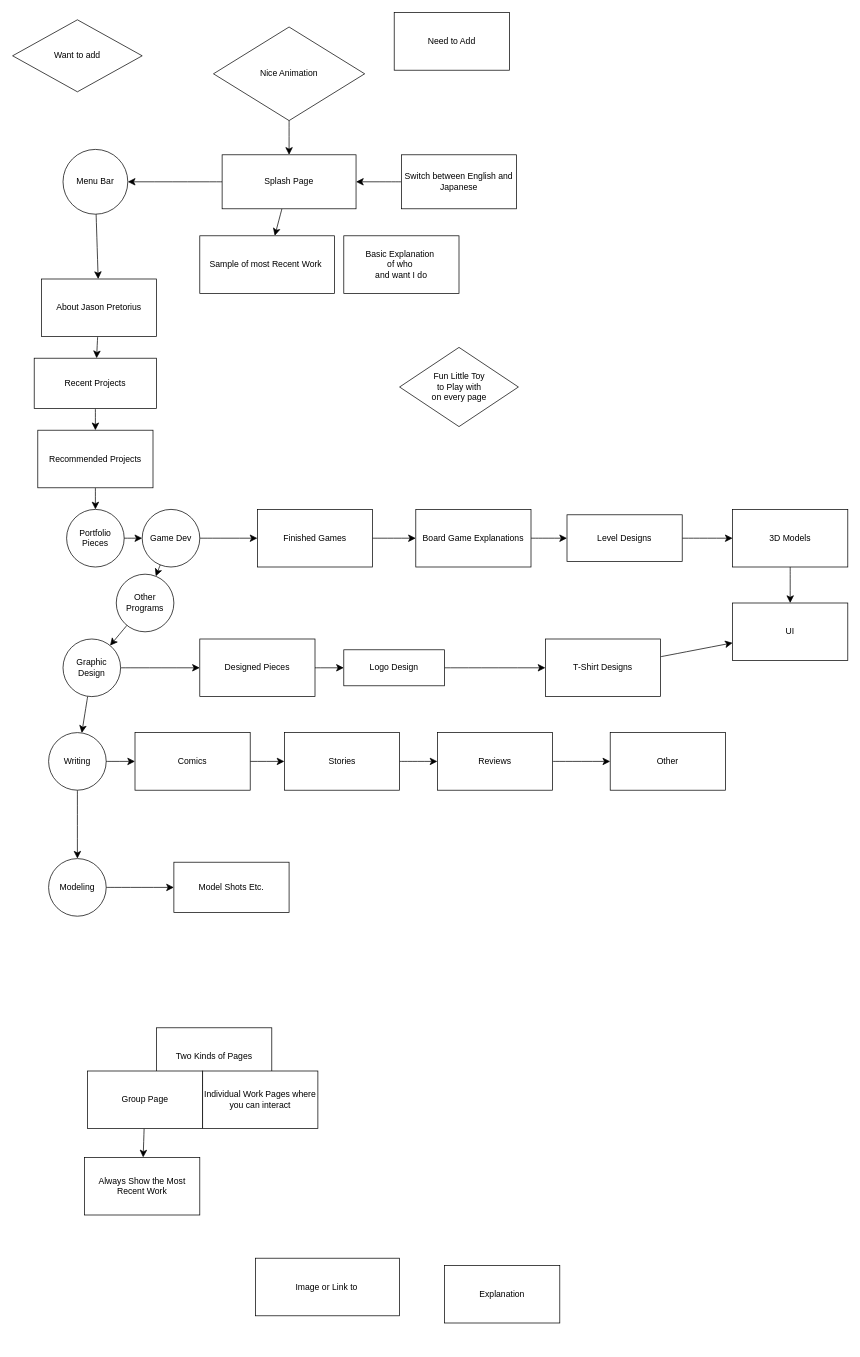
Earlier version of the draw.io diagram 名称未設定ファイル.drawio (Rift-Master/Game-Design-Documents). Source tidied: cells renumbered, new cells numbered last; positions are measured from the earlier drawing's top-left corner, leaving out a move shared by most shapes. Both pictures are drawn from the tidied source at 72%, with x=0, y=0 at pixel (12, 12).
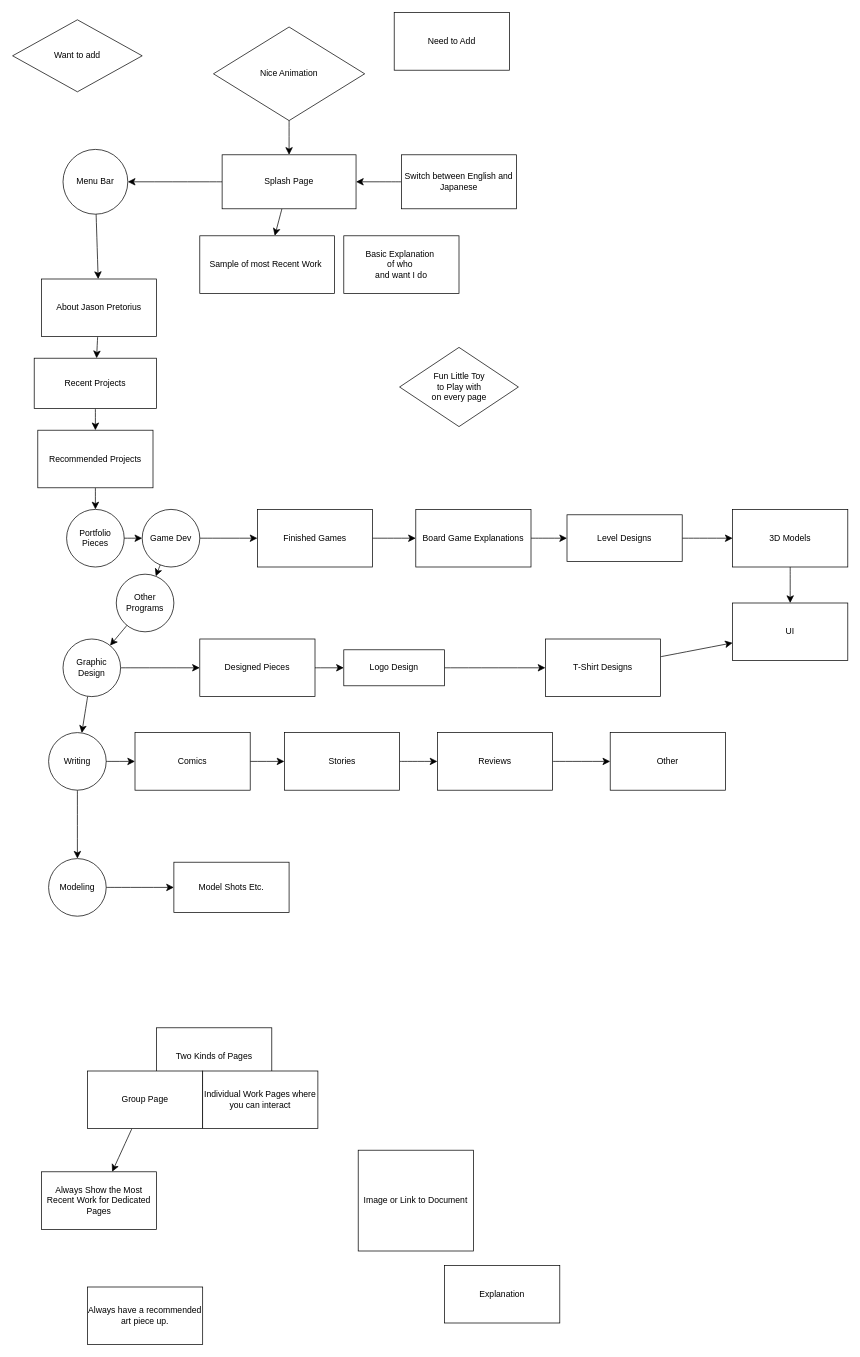
After the change.

Commit message:
My Website Design Proces

The edit, as a diff of the source:
```diff
@@
-    <mxCell id="64" value="Image or Link to&amp;nbsp;" style="rounded=0;whiteSpace=wrap;html=1;" parent="1" vertex="1">
-      <mxGeometry x="337.5" y="1730" width="200" height="80" as="geometry" />
+    <mxCell id="64" value="Image or Link to Document" style="rounded=0;whiteSpace=wrap;html=1;" parent="1" vertex="1">
+      <mxGeometry x="480" y="1580" width="160" height="140" as="geometry" />
     </mxCell>
@@
-    <mxCell id="66" value="Always Show the Most Recent Work" style="rounded=0;whiteSpace=wrap;html=1;" parent="1" vertex="1">
-      <mxGeometry x="100" y="1590" width="160" height="80" as="geometry" />
+    <mxCell id="66" value="Always Show the Most Recent Work for Dedicated Pages" style="rounded=0;whiteSpace=wrap;html=1;" parent="1" vertex="1">
+      <mxGeometry x="40" y="1610" width="160" height="80" as="geometry" />
     </mxCell>
+    <mxCell id="67" value="Always have a recommended art piece up." style="rounded=0;whiteSpace=wrap;html=1;" parent="1" vertex="1">
+      <mxGeometry x="104" y="1770" width="160" height="80" as="geometry" />
+    </mxCell>
```
